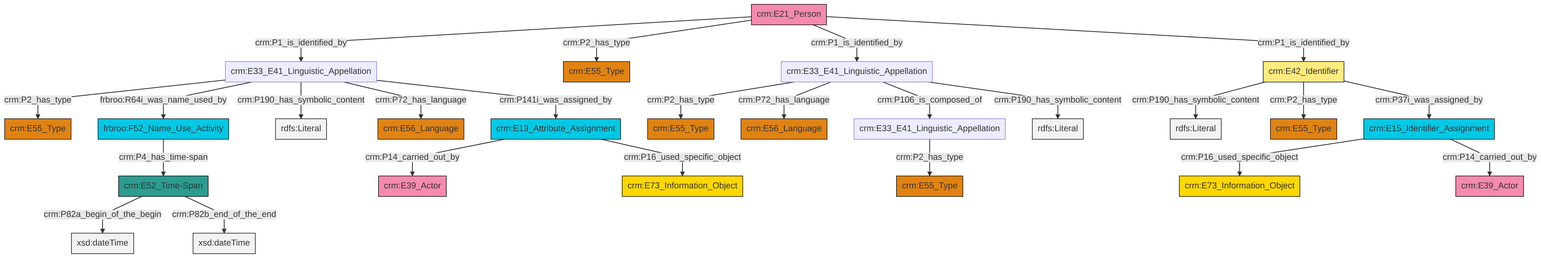
swiss-art-research-net/docs.swissartresearch keeps this Mermaid diagram as et/personCSV/ttl/mmd/png/Person_Names_and_Classification.png. Above is the earlier version. Its source is kept beside it as et/personCSV/ttl/mmd/Person_Names_and_Classification.ttl.mmd.
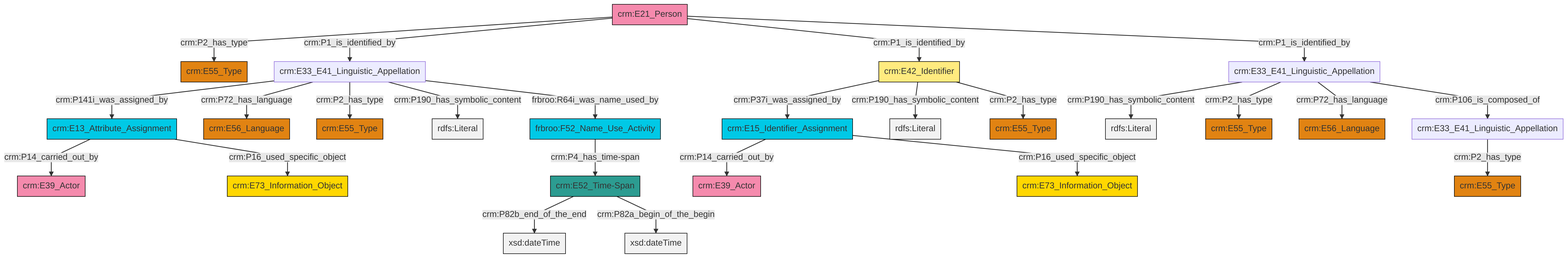
After the commit.

What changed in the source:
```diff
@@ -13,27 +13,27 @@
 classDef PC_Classes fill:#4ce600, stroke:#000000;
 classDef Multi fill:#cccccc,stroke:#000000;
 
-0["crm:E33_E41_Linguistic_Appellation"]:::Default -->|crm:P2_has_type| 1["crm:E55_Type"]:::Type
-4["crm:E15_Identifier_Assignment"]:::Temporal_Entity -->|crm:P16_used_specific_object| 6["crm:E73_Information_Object"]:::Conceptual_Object
-4["crm:E15_Identifier_Assignment"]:::Temporal_Entity -->|crm:P14_carried_out_by| 7["crm:E39_Actor"]:::Actor
-12["frbroo:F52_Name_Use_Activity"]:::Temporal_Entity -->|crm:P4_has_time-span| 13["crm:E52_Time-Span"]:::Time-Span
-14["crm:E33_E41_Linguistic_Appellation"]:::Default -->|crm:P2_has_type| 15["crm:E55_Type"]:::Type
-18["crm:E13_Attribute_Assignment"]:::Temporal_Entity -->|crm:P14_carried_out_by| 19["crm:E39_Actor"]:::Actor
-8["crm:E33_E41_Linguistic_Appellation"]:::Default -->|crm:P2_has_type| 20["crm:E55_Type"]:::Type
-2["crm:E42_Identifier"]:::Appellation -->|crm:P190_has_symbolic_content| 21[rdfs:Literal]:::Literal
-0["crm:E33_E41_Linguistic_Appellation"]:::Default -->|frbroo:R64i_was_name_used_by| 12["frbroo:F52_Name_Use_Activity"]:::Temporal_Entity
-0["crm:E33_E41_Linguistic_Appellation"]:::Default -->|crm:P190_has_symbolic_content| 26[rdfs:Literal]:::Literal
-0["crm:E33_E41_Linguistic_Appellation"]:::Default -->|crm:P72_has_language| 27["crm:E56_Language"]:::Type
-2["crm:E42_Identifier"]:::Appellation -->|crm:P2_has_type| 23["crm:E55_Type"]:::Type
-14["crm:E33_E41_Linguistic_Appellation"]:::Default -->|crm:P72_has_language| 30["crm:E56_Language"]:::Type
-18["crm:E13_Attribute_Assignment"]:::Temporal_Entity -->|crm:P16_used_specific_object| 10["crm:E73_Information_Object"]:::Conceptual_Object
-2["crm:E42_Identifier"]:::Appellation -->|crm:P37i_was_assigned_by| 4["crm:E15_Identifier_Assignment"]:::Temporal_Entity
-16["crm:E21_Person"]:::Actor -->|crm:P1_is_identified_by| 0["crm:E33_E41_Linguistic_Appellation"]:::Default
-16["crm:E21_Person"]:::Actor -->|crm:P2_has_type| 35["crm:E55_Type"]:::Type
-14["crm:E33_E41_Linguistic_Appellation"]:::Default -->|crm:P106_is_composed_of| 8["crm:E33_E41_Linguistic_Appellation"]:::Default
-14["crm:E33_E41_Linguistic_Appellation"]:::Default -->|crm:P190_has_symbolic_content| 42[rdfs:Literal]:::Literal
-16["crm:E21_Person"]:::Actor -->|crm:P1_is_identified_by| 14["crm:E33_E41_Linguistic_Appellation"]:::Default
-0["crm:E33_E41_Linguistic_Appellation"]:::Default -->|crm:P141i_was_assigned_by| 18["crm:E13_Attribute_Assignment"]:::Temporal_Entity
-16["crm:E21_Person"]:::Actor -->|crm:P1_is_identified_by| 2["crm:E42_Identifier"]:::Appellation
-13["crm:E52_Time-Span"]:::Time-Span -->|crm:P82a_begin_of_the_begin| 45[xsd:dateTime]:::Literal
-13["crm:E52_Time-Span"]:::Time-Span -->|crm:P82b_end_of_the_end| 46[xsd:dateTime]:::Literal
+0["crm:E42_Identifier"]:::Appellation -->|crm:P37i_was_assigned_by| 1["crm:E15_Identifier_Assignment"]:::Temporal_Entity
+6["crm:E33_E41_Linguistic_Appellation"]:::Default -->|crm:P190_has_symbolic_content| 7[rdfs:Literal]:::Literal
+1["crm:E15_Identifier_Assignment"]:::Temporal_Entity -->|crm:P14_carried_out_by| 2["crm:E39_Actor"]:::Actor
+16["crm:E13_Attribute_Assignment"]:::Temporal_Entity -->|crm:P14_carried_out_by| 17["crm:E39_Actor"]:::Actor
+6["crm:E33_E41_Linguistic_Appellation"]:::Default -->|crm:P2_has_type| 18["crm:E55_Type"]:::Type
+20["crm:E33_E41_Linguistic_Appellation"]:::Default -->|crm:P141i_was_assigned_by| 16["crm:E13_Attribute_Assignment"]:::Temporal_Entity
+16["crm:E13_Attribute_Assignment"]:::Temporal_Entity -->|crm:P16_used_specific_object| 23["crm:E73_Information_Object"]:::Conceptual_Object
+27["crm:E52_Time-Span"]:::Time-Span -->|crm:P82b_end_of_the_end| 28[xsd:dateTime]:::Literal
+20["crm:E33_E41_Linguistic_Appellation"]:::Default -->|crm:P72_has_language| 14["crm:E56_Language"]:::Type
+6["crm:E33_E41_Linguistic_Appellation"]:::Default -->|crm:P72_has_language| 8["crm:E56_Language"]:::Type
+4["crm:E21_Person"]:::Actor -->|crm:P2_has_type| 34["crm:E55_Type"]:::Type
+0["crm:E42_Identifier"]:::Appellation -->|crm:P190_has_symbolic_content| 35[rdfs:Literal]:::Literal
+1["crm:E15_Identifier_Assignment"]:::Temporal_Entity -->|crm:P16_used_specific_object| 25["crm:E73_Information_Object"]:::Conceptual_Object
+20["crm:E33_E41_Linguistic_Appellation"]:::Default -->|crm:P2_has_type| 36["crm:E55_Type"]:::Type
+4["crm:E21_Person"]:::Actor -->|crm:P1_is_identified_by| 20["crm:E33_E41_Linguistic_Appellation"]:::Default
+20["crm:E33_E41_Linguistic_Appellation"]:::Default -->|crm:P190_has_symbolic_content| 38[rdfs:Literal]:::Literal
+27["crm:E52_Time-Span"]:::Time-Span -->|crm:P82a_begin_of_the_begin| 41[xsd:dateTime]:::Literal
+0["crm:E42_Identifier"]:::Appellation -->|crm:P2_has_type| 12["crm:E55_Type"]:::Type
+6["crm:E33_E41_Linguistic_Appellation"]:::Default -->|crm:P106_is_composed_of| 10["crm:E33_E41_Linguistic_Appellation"]:::Default
+30["frbroo:F52_Name_Use_Activity"]:::Temporal_Entity -->|crm:P4_has_time-span| 27["crm:E52_Time-Span"]:::Time-Span
+4["crm:E21_Person"]:::Actor -->|crm:P1_is_identified_by| 0["crm:E42_Identifier"]:::Appellation
+4["crm:E21_Person"]:::Actor -->|crm:P1_is_identified_by| 6["crm:E33_E41_Linguistic_Appellation"]:::Default
+20["crm:E33_E41_Linguistic_Appellation"]:::Default -->|frbroo:R64i_was_name_used_by| 30["frbroo:F52_Name_Use_Activity"]:::Temporal_Entity
+10["crm:E33_E41_Linguistic_Appellation"]:::Default -->|crm:P2_has_type| 45["crm:E55_Type"]:::Type
```
